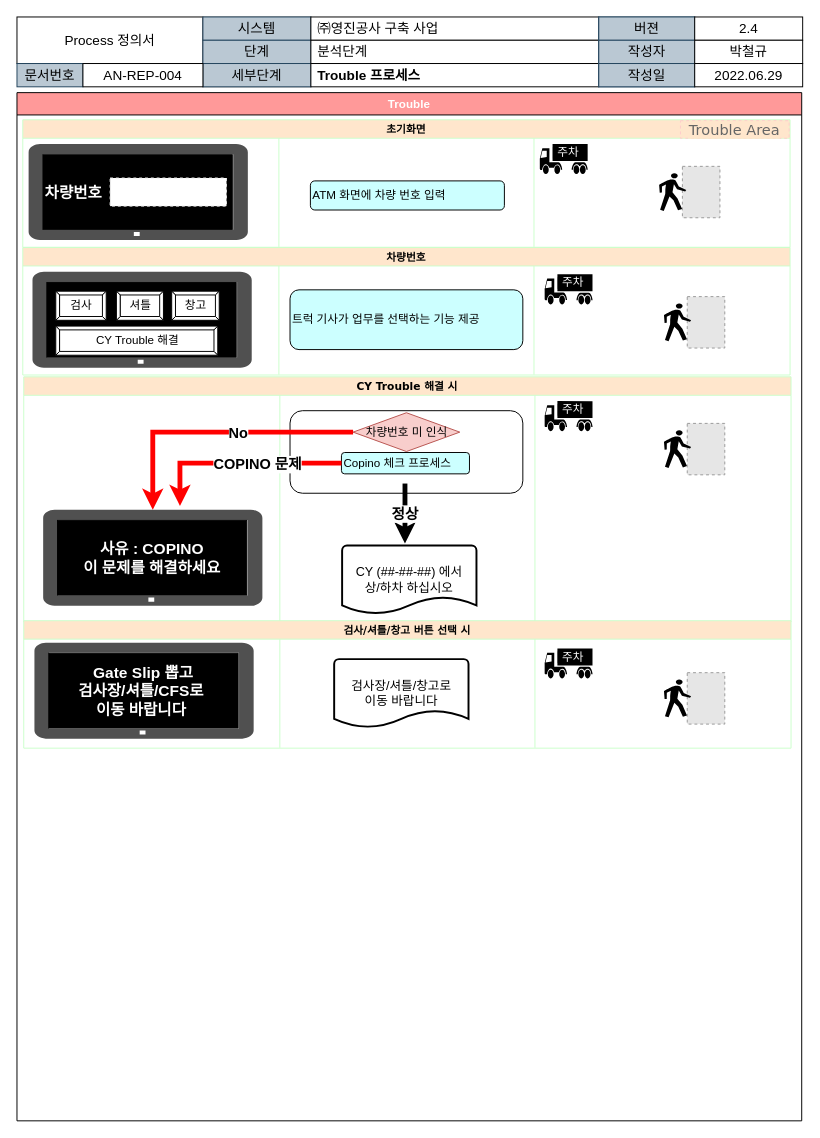
yabadadu/- keeps this draw.io diagram as page "Trouble (화면)" (4 of 7) of 산출물/프로세스 명세서(v2.0).drawio. Above is the earlier version. Source tidied: cells renumbered, new cells numbered last; positions are measured from the earlier drawing's top-left corner, leaving out a move shared by most shapes. Both pictures are drawn from the tidied source at 97%, with x=0, y=0 at pixel (16, 16). Pictures stored in the file or linked from it are replaced by grey dashed boxes.
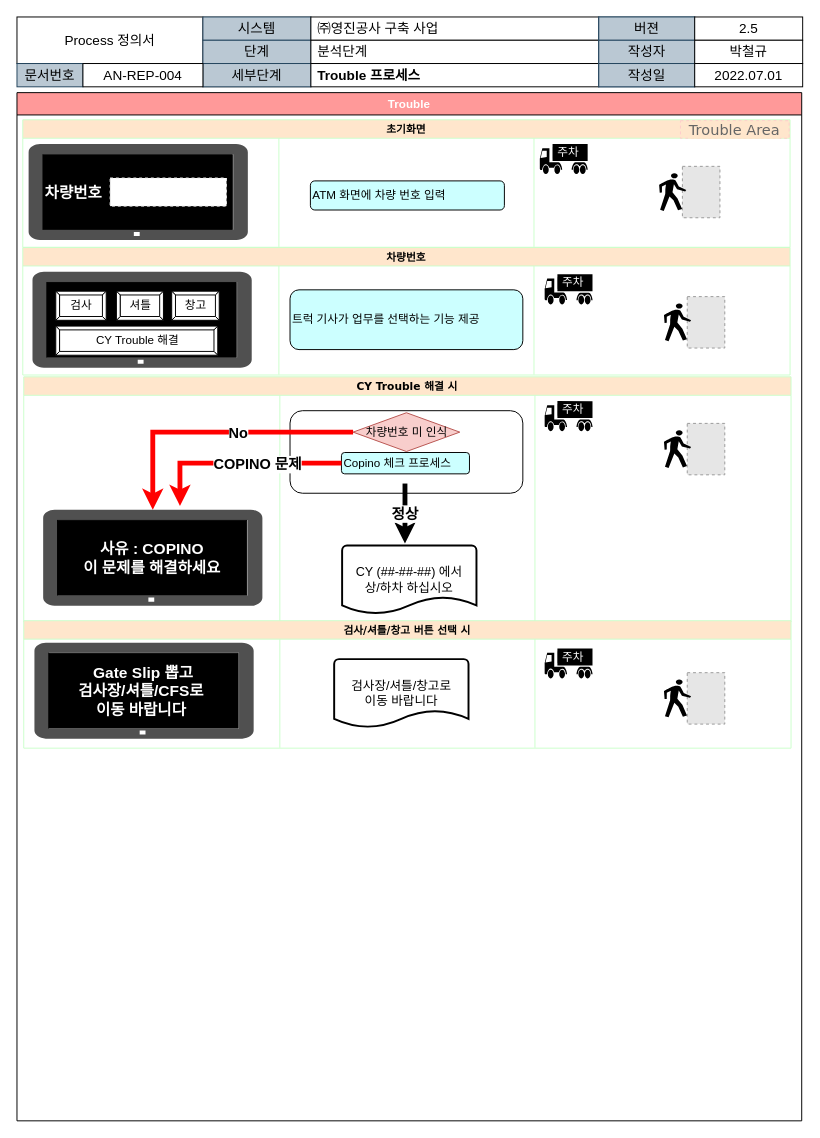
Above is the later version.

The change refers to these unchanged cells:
```xml
<mxCell id="83" style="group;" parent="69" vertex="1">
  <mxGeometry x="698.7" width="111.3" height="72" as="geometry" />
</mxCell>
```

Diff of the diagram source:
```diff
@@
-    <mxCell id="84" value="2.4" style="rounded=0;whiteSpace=wrap;html=1;fontSize=14;" parent="83" vertex="1">
+    <mxCell id="84" value="2.5" style="rounded=0;whiteSpace=wrap;html=1;fontSize=14;" parent="83" vertex="1">
       <mxGeometry width="111.3" height="24" as="geometry" />
     </mxCell>
@@
-    <mxCell id="87" value="2022.06.29" style="rounded=0;whiteSpace=wrap;html=1;fontSize=14;" parent="83" vertex="1">
+    <mxCell id="87" value="2022.07.01" style="rounded=0;whiteSpace=wrap;html=1;fontSize=14;" parent="83" vertex="1">
       <mxGeometry y="48" width="111.3" height="24" as="geometry" />
     </mxCell>
```
